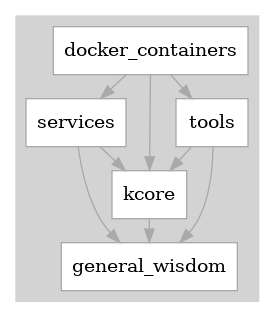
Before: etc/graphviz/overview.png, a diagram exported from Graphviz (kstillson/ktools). Its source is kept beside it as etc/graphviz/overview.dot.
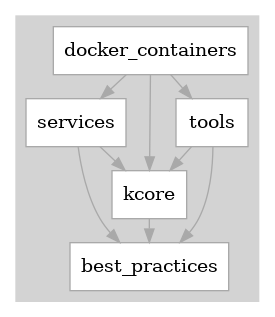
Above is the later version.

The edit, as a diff of the source:
```diff
@@ -5,8 +5,8 @@
     edge [color=darkgrey, penwidth=1];
 
     docker_containers -> { services, kcore, tools };
-    tools -> { kcore, general_wisdom };
-    services -> { kcore, general_wisdom };
-    kcore -> general_wisdom;
+    tools -> { kcore, best_practices };
+    services -> { kcore, best_practices };
+    kcore -> best_practices;
   }
 }
```
